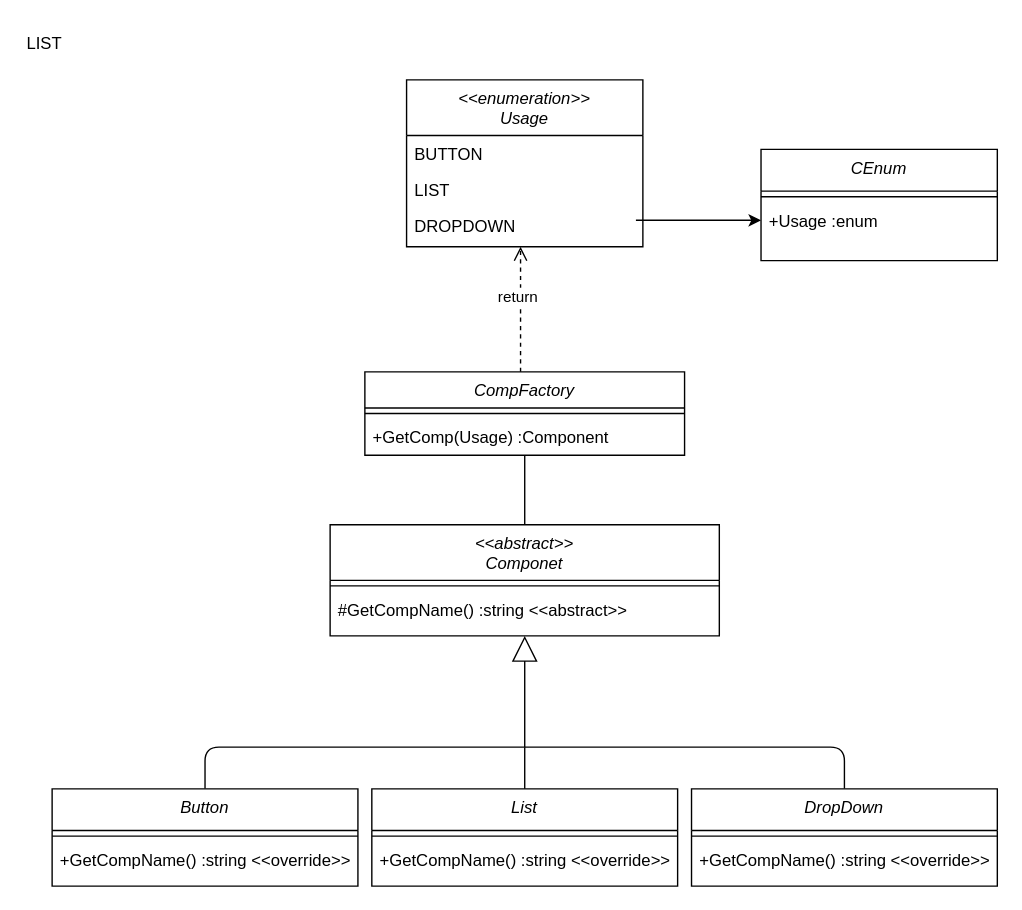
This is page "FactoryMethod" (8 of 10) of Class Diagram.drawio from seongguk92/DesignPatternExample, a draw.io file, before an edit. Source tidied: cells renumbered, new cells numbered last; positions are measured from the earlier drawing's top-left corner, leaving out a move shared by most shapes. Both pictures are drawn from the tidied source at 139%, with x=0, y=0 at pixel (24, 24).
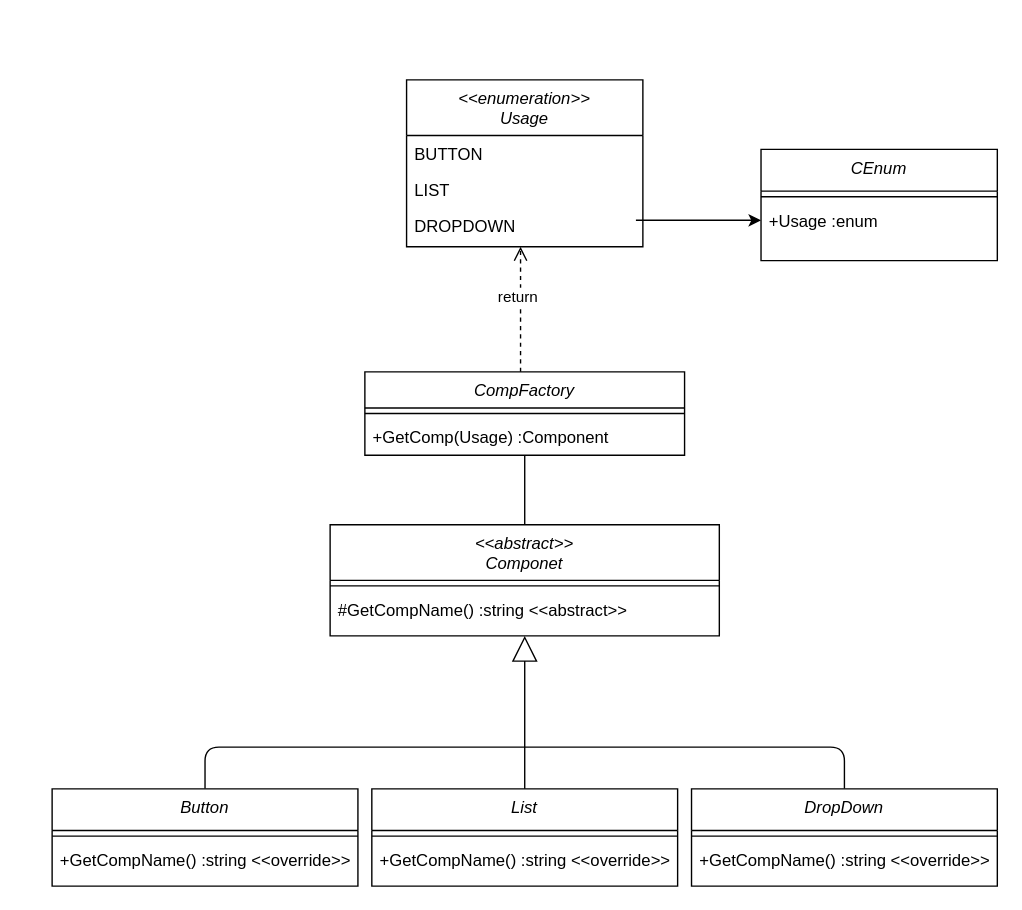
The same page after the edit.

Change to the diagram source:
```diff
@@
-    <mxCell id="31" value="LIST" style="text;whiteSpace=wrap;html=1;" parent="1" vertex="1">
-      <mxGeometry width="50" height="30" as="geometry" />
-    </mxCell>
```
